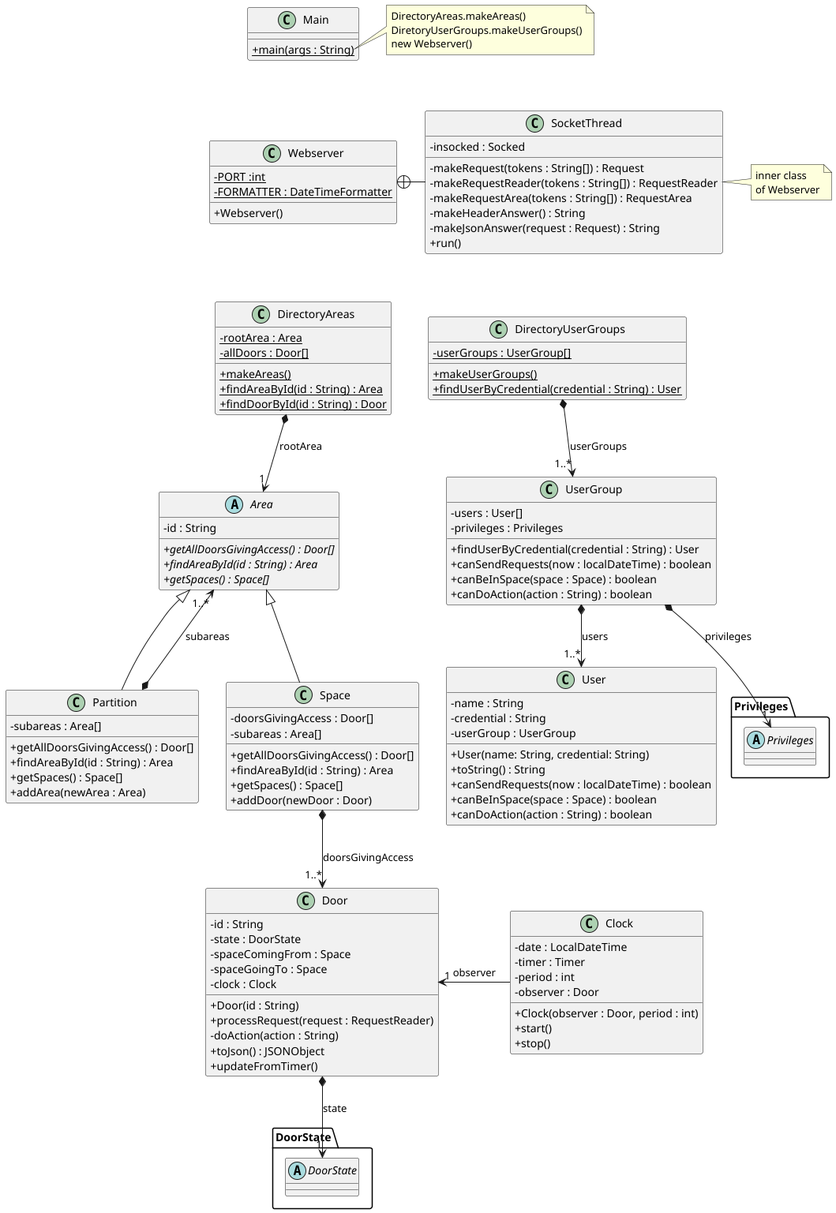
The PlantUML diagram src/baseNoStates/uml/base_no_states-final.png in PatataZezy/PracticaDS, before a commit.
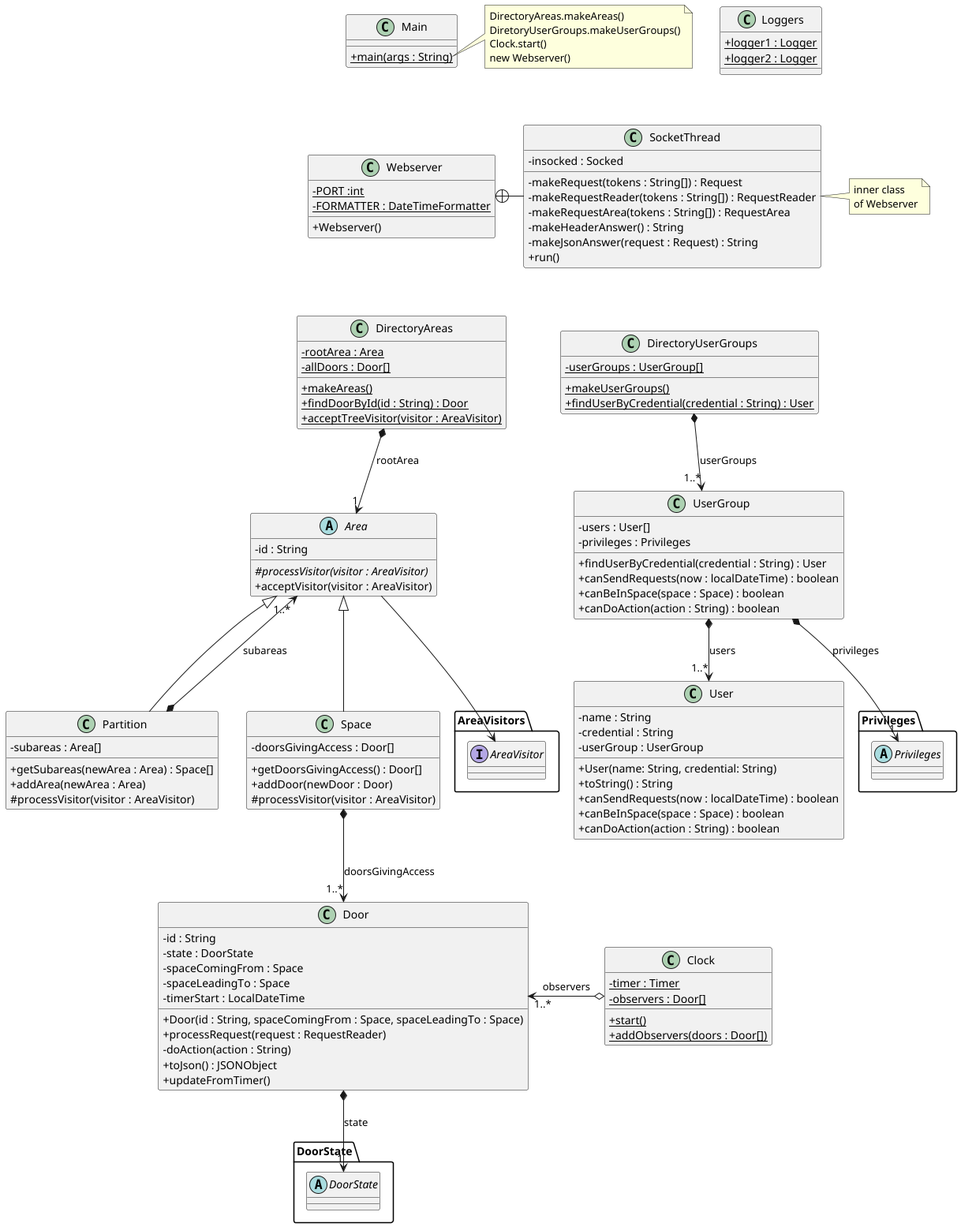
After the change.

Commit message:
Updated UML diagrams

Change to the diagram source:
```diff
@@ -28,36 +28,32 @@
     - {static} rootArea : Area
     - {static} allDoors : Door[]
     + {static} makeAreas()
-    + {static} findAreaById(id : String) : Area
     + {static} findDoorById(id : String) : Door
+    + {static} acceptTreeVisitor(visitor : AreaVisitor)
 }
 
 DirectoryAreas *--> "1" Area : "rootArea"
 
 abstract class Area {
     - id : String
-    + {abstract} getAllDoorsGivingAccess() : Door[]
-    + {abstract} findAreaById(id : String) : Area
-    + {abstract} getSpaces() : Space[]
+    # {abstract} processVisitor(visitor : AreaVisitor)
+    + acceptVisitor(visitor : AreaVisitor)
 }
 
-class Partition extends Area{
+class Partition extends Area {
     - subareas : Area[]
-    + getAllDoorsGivingAccess() : Door[]
-    + findAreaById(id : String) : Area
-    + getSpaces() : Space[]
+    + getSubareas(newArea : Area) : Space[]
     + addArea(newArea : Area)
+    # processVisitor(visitor : AreaVisitor)
 }
 
 Partition *--> "1..*" Area : "subareas"
 
 class Space extends Area {
     - doorsGivingAccess : Door[]
-    - subareas : Area[]
-    + getAllDoorsGivingAccess() : Door[]
-    + findAreaById(id : String) : Area
-    + getSpaces() : Space[]
+    + getDoorsGivingAccess() : Door[]
     + addDoor(newDoor : Door)
+    # processVisitor(visitor : AreaVisitor)
 }
 
 Space *--> "1..*" Door : "doorsGivingAccess"
@@ -66,9 +62,9 @@
     - id : String
     - state : DoorState
     - spaceComingFrom : Space
-    - spaceGoingTo : Space
-    - clock : Clock
-    + Door(id : String)
+    - spaceLeadingTo : Space
+    - timerStart : LocalDateTime
+    + Door(id : String, spaceComingFrom : Space, spaceLeadingTo : Space)
     + processRequest(request : RequestReader)
     - doAction(action : String)
     + toJson() : JSONObject
@@ -78,16 +74,13 @@
 Door *--> "1" DoorState.DoorState : "state"
 
 class Clock {
-    - date : LocalDateTime
-    - timer : Timer
-    - period : int
-    - observer : Door
-    + Clock(observer : Door, period : int)
-    + start()
-    + stop()
+    - {static} timer : Timer
+    - {static} observers : Door[]
+    + {static} start()
+    + {static} addObservers(doors : Door[])
 }
 
-Clock --> "1" Door : observer
+Clock o--> "1..*" Door : observers
 
 
 class DirectoryUserGroups {
@@ -127,9 +120,15 @@
     + {static} main(args : String)
 }
 
+class Loggers {
+    + {static} logger1 : Logger
+    + {static} logger2 : Logger
+}
+
 note right of Main::main
     DirectoryAreas.makeAreas()
     DiretoryUserGroups.makeUserGroups()
+    Clock.start()
     new Webserver()
 end note
 
@@ -146,4 +145,11 @@
 package Privileges {
     abstract class "Privileges"
 }
+
+package AreaVisitors {
+    interface "AreaVisitor"
+}
+
+Area --> AreaVisitors.AreaVisitor
+
 @enduml
```
